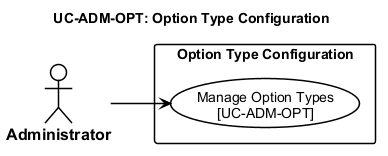
qingfa-dev/ReSys.Shop keeps this PlantUML diagram as thesis/figures/chapters/part2/ch2-design/02-use-cases/diagrams/P2S2.2.2_usecase-option-type-config.png. Above is the earlier version.
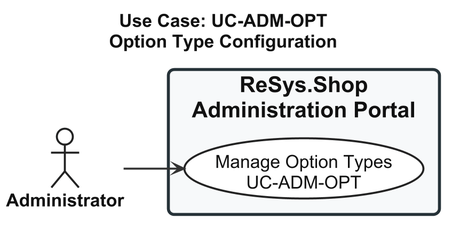
Above is the later version.

What changed in the source:
```diff
@@ -1,44 +1,69 @@
 @startuml usecase-option-type-config
+
 left to right direction
 
+skinparam shadowing false
+skinparam dpi 180
+
 <style>
-  root {
-    FontName "Arial"
-    FontSize 14
-    Shadowing 0
-  }
-  actor {
-    BackGroundColor #FFFFFF
-    LineColor #000000
-    LineThickness 1.5
-    FontColor #000000
-    FontStyle bold
-    FontSize 16
-  }
-  usecase {
-    BackGroundColor #FFFFFF
-    LineColor #000000
-    LineThickness 1.5
-    FontColor #000000
-  }
-  rectangle {
-    BackGroundColor #FFFFFF
-    LineColor #000000
-    LineThickness 1.5
-    FontStyle bold
-  }
-  arrow {
-    LineColor #000000
-    LineThickness 1.5
-    FontSize 12
-  }
+
+root {
+  FontName "Arial"
+  FontSize 18
+  FontColor #111111
+}
+
+actor {
+  FontName "Arial"
+  FontSize 18
+  FontStyle bold
+  FontColor #111111
+  BackgroundColor #FFFFFF
+  LineColor #222222
+  LineThickness 2
+}
+
+usecase {
+  FontName "Arial"
+  FontSize 18
+  FontColor #111111
+  FontStyle plain
+  BackgroundColor #FFFFFF
+  LineColor #222222
+  LineThickness 2
+  Padding 20
+}
+
+rectangle {
+  FontName "Arial"
+  FontSize 22
+  FontStyle bold
+  FontColor #111111
+  BackgroundColor #F7F9FA
+  LineColor #263238
+  LineThickness 3
+  RoundCorner 12
+  Padding 30
+}
+
+arrow {
+  FontName "Arial"
+  FontSize 15
+  FontColor #111111
+  LineColor #333333
+  LineThickness 2
+}
+
 </style>
-title UC-ADM-OPT: Option Type Configuration
+
+title Use Case: UC-ADM-OPT\nOption Type Configuration
 
 actor "Administrator" as Admin
 
-rectangle "Option Type Configuration" {
-  usecase "Manage Option Types\n[UC-ADM-OPT]" as UC_MAIN
+rectangle "ReSys.Shop\nAdministration Portal" {
+
+  usecase "Manage Option Types\nUC-ADM-OPT" as UC_MAIN
+
 }
 
 Admin --> UC_MAIN
```
